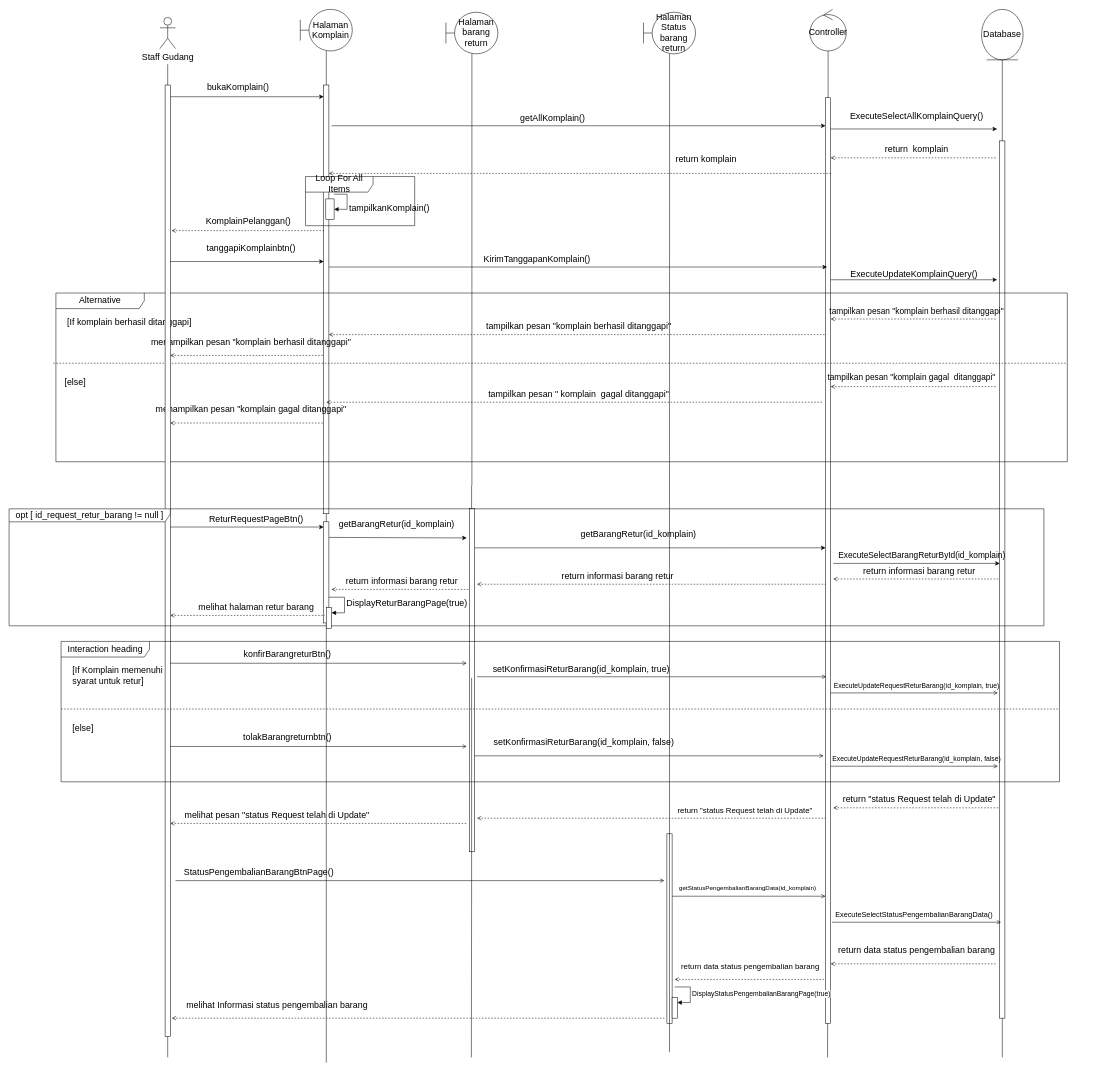
Above: page "Fitur komplain dan return barang" (5 of 31) of FIxed/Sequence Complete .drawio in AriqFaridzki/SE-UTS-2023 (draw.io), before the change. Source tidied: cells renumbered, new cells numbered last; positions are measured from the earlier drawing's top-left corner, leaving out a move shared by most shapes. Both pictures are drawn from the tidied source at 52%, with x=0, y=0 at pixel (9, 9).
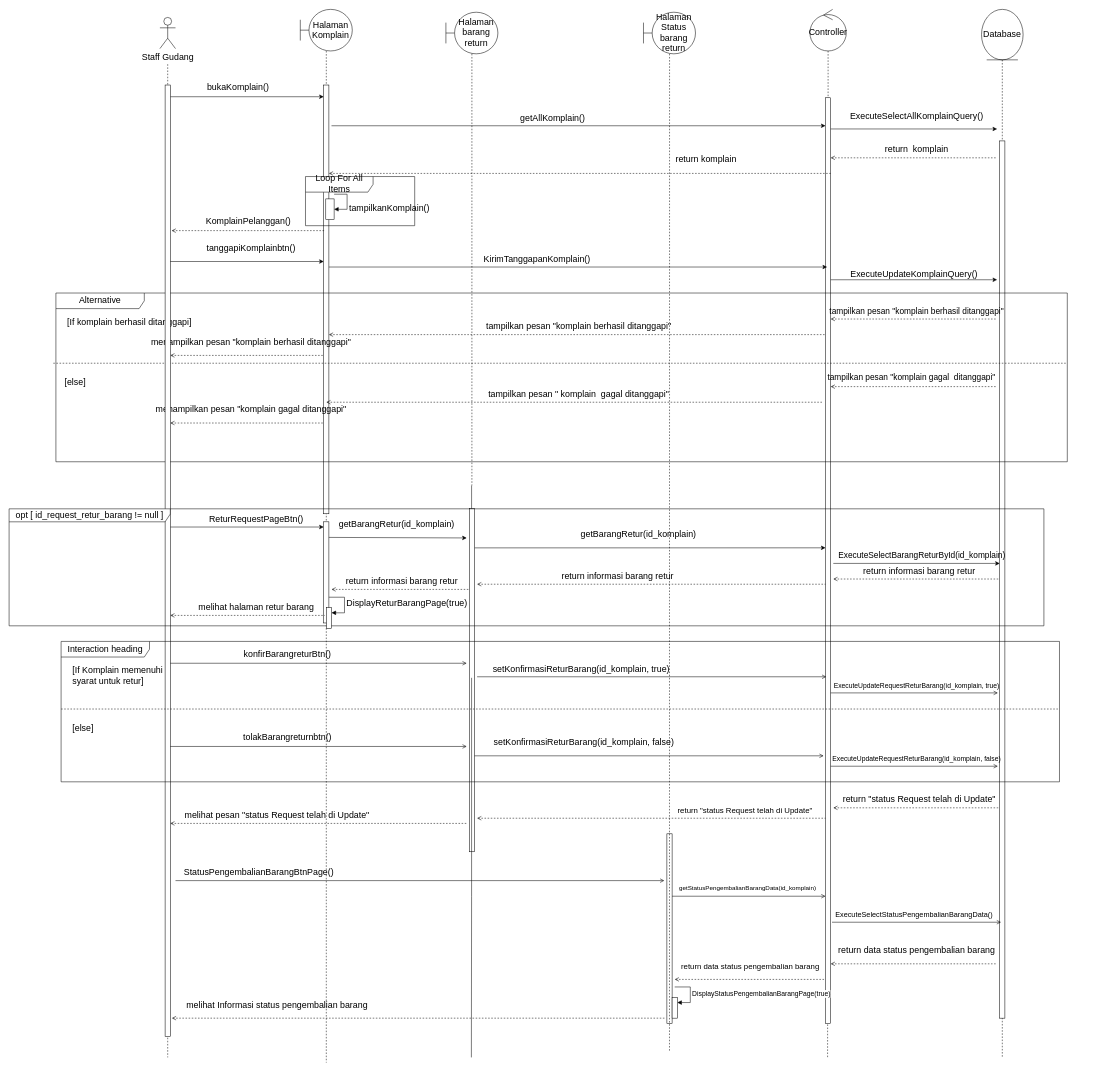
The same diagram, later.

The change refers to these unchanged cells:
```xml
<mxCell id="2" style="group;fontSize=17;" parent="1" vertex="1">
  <mxGeometry x="560" y="0.5" width="1510" height="2010" as="geometry" />
</mxCell>
<mxCell id="4" value="Halaman Komplain" style="shape=umlBoundary;whiteSpace=wrap;html=1;fontSize=17;" parent="2" vertex="1">
  <mxGeometry width="100" height="80" as="geometry" />
</mxCell>
<mxCell id="7" value="Controller" style="ellipse;shape=umlControl;whiteSpace=wrap;html=1;fontSize=17;" parent="2" vertex="1">
  <mxGeometry x="980" width="70" height="80" as="geometry" />
</mxCell>
<mxCell id="9" style="group;fontSize=17;" parent="2" vertex="1">
  <mxGeometry x="1310" width="80" height="1940" as="geometry" />
</mxCell>
<mxCell id="11" value="Database" style="ellipse;shape=umlEntity;whiteSpace=wrap;html=1;fontSize=17;" parent="9" vertex="1">
  <mxGeometry width="80" height="97.1" as="geometry" />
</mxCell>
<mxCell id="87" value="Halaman barang return" style="shape=umlBoundary;whiteSpace=wrap;html=1;fontSize=17;" parent="1" vertex="1">
  <mxGeometry x="840" y="6" width="100" height="80" as="geometry" />
</mxCell>
```

Change to the diagram source:
```diff
@@
-    <mxCell id="3" style="edgeStyle=orthogonalEdgeStyle;rounded=0;jettySize=auto;html=1;endArrow=none;endFill=0;fontSize=17;" parent="2" edge="1" source="4">
+    <mxCell id="3" style="edgeStyle=orthogonalEdgeStyle;rounded=0;jettySize=auto;html=1;endArrow=none;endFill=0;fontSize=17;dashed=1;" parent="2" edge="1" source="4">
       <mxGeometry relative="1" as="geometry">
         <mxPoint x="50" y="2025.5" as="targetPoint" />
       </mxGeometry>
     </mxCell>
@@
-    <mxCell id="6" style="edgeStyle=orthogonalEdgeStyle;rounded=0;jettySize=auto;html=1;endArrow=none;endFill=0;fontSize=17;" parent="2" edge="1" source="7">
+    <mxCell id="6" style="edgeStyle=orthogonalEdgeStyle;rounded=0;jettySize=auto;html=1;endArrow=none;endFill=0;fontSize=17;dashed=1;" parent="2" edge="1" source="7">
       <mxGeometry relative="1" as="geometry">
         <mxPoint x="1014" y="2015.5" as="targetPoint" />
       </mxGeometry>
     </mxCell>
@@
-    <mxCell id="10" style="edgeStyle=orthogonalEdgeStyle;rounded=0;jettySize=auto;html=1;endArrow=none;endFill=0;fontSize=17;" parent="9" edge="1" source="11">
+    <mxCell id="10" style="edgeStyle=orthogonalEdgeStyle;rounded=0;jettySize=auto;html=1;endArrow=none;endFill=0;fontSize=17;dashed=1;" parent="9" edge="1" source="11">
       <mxGeometry relative="1" as="geometry">
         <mxPoint x="40" y="2015.5" as="targetPoint" />
       </mxGeometry>
     </mxCell>
@@
-    <mxCell id="61" style="edgeStyle=orthogonalEdgeStyle;rounded=0;orthogonalLoop=1;jettySize=auto;html=1;endArrow=none;endFill=0;fontSize=17;" parent="2" edge="1">
+    <mxCell id="61" style="edgeStyle=orthogonalEdgeStyle;rounded=0;orthogonalLoop=1;jettySize=auto;html=1;endArrow=none;endFill=0;fontSize=17;dashed=1;" parent="2" edge="1">
       <mxGeometry relative="1" as="geometry">
         <mxPoint x="710.1" y="85.5" as="sourcePoint" />
         <mxPoint x="710" y="2005.5" as="targetPoint" />
         <Array as="points">
           <mxPoint x="710" y="1136.5" />
           <mxPoint x="711" y="2188.5" />
         </Array>
       </mxGeometry>
     </mxCell>
@@
-    <mxCell id="83" style="edgeStyle=orthogonalEdgeStyle;rounded=0;orthogonalLoop=1;jettySize=auto;html=1;endArrow=none;endFill=0;fontSize=17;" parent="1" edge="1">
+    <mxCell id="83" style="edgeStyle=orthogonalEdgeStyle;rounded=0;orthogonalLoop=1;jettySize=auto;html=1;endArrow=none;endFill=0;fontSize=17;dashed=1;" parent="1" edge="1">
       <mxGeometry relative="1" as="geometry">
         <mxPoint x="305" y="106" as="sourcePoint" />
         <mxPoint x="305" y="2016" as="targetPoint" />
       </mxGeometry>
     </mxCell>
@@
-    <mxCell id="88" style="edgeStyle=orthogonalEdgeStyle;rounded=0;jettySize=auto;html=1;endArrow=none;endFill=0;fontSize=17;" parent="1" edge="1" source="87">
+    <mxCell id="88" style="edgeStyle=orthogonalEdgeStyle;rounded=0;jettySize=auto;html=1;endArrow=none;endFill=0;fontSize=17;dashed=1;" parent="1" edge="1" source="87">
       <mxGeometry relative="1" as="geometry">
         <mxPoint x="890" y="916" as="targetPoint" />
         <Array as="points">
           <mxPoint x="890" y="886" />
         </Array>
       </mxGeometry>
     </mxCell>
```
